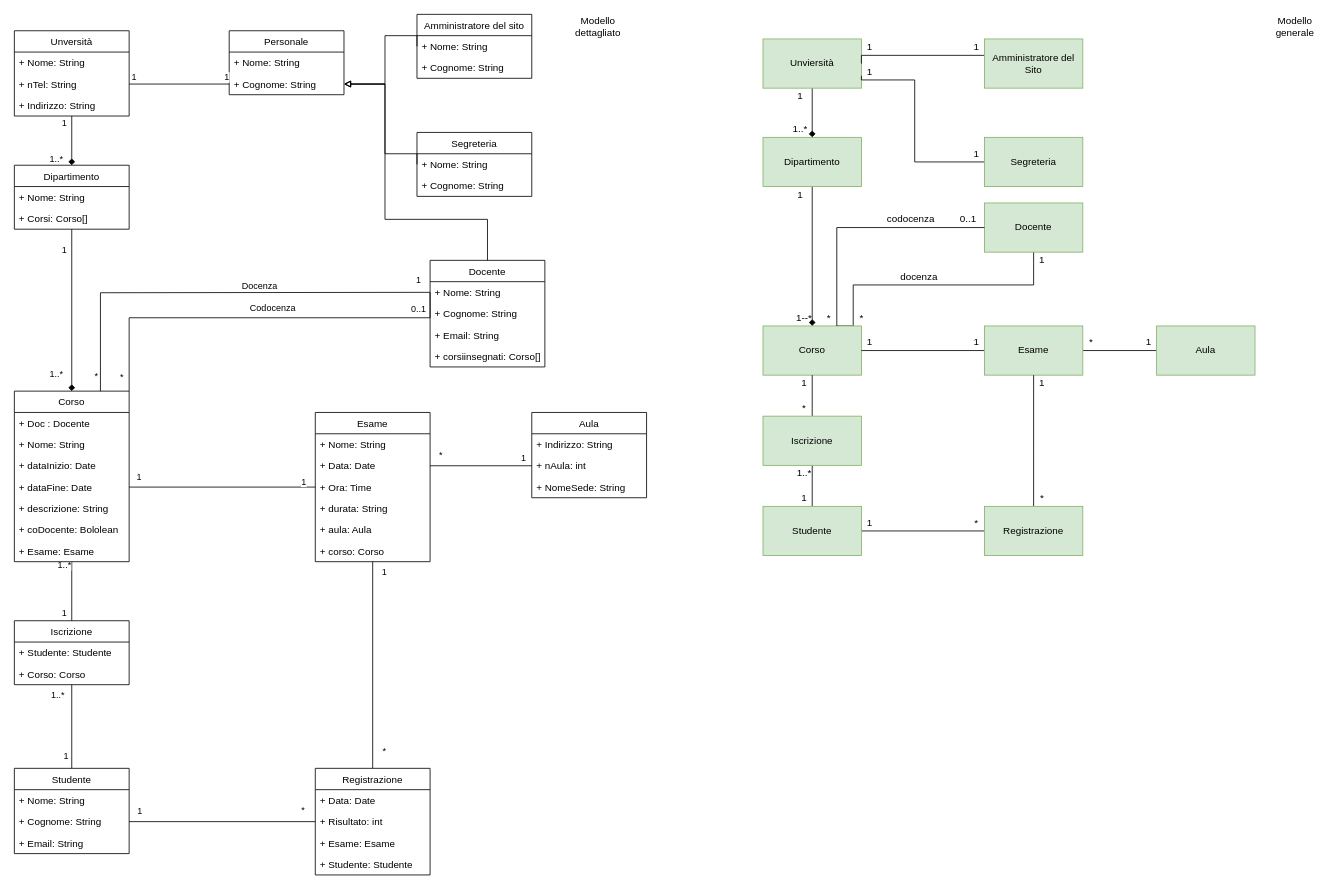
This is Modelli/Diagramma di Dominio.drawio from brullomattia/Documentazione, a draw.io file, before an edit. Source tidied: cells renumbered, new cells numbered last; positions are measured from the earlier drawing's top-left corner, leaving out a move shared by most shapes. Both pictures are drawn from the tidied source at 82%, with x=0, y=0 at pixel (14, 14).
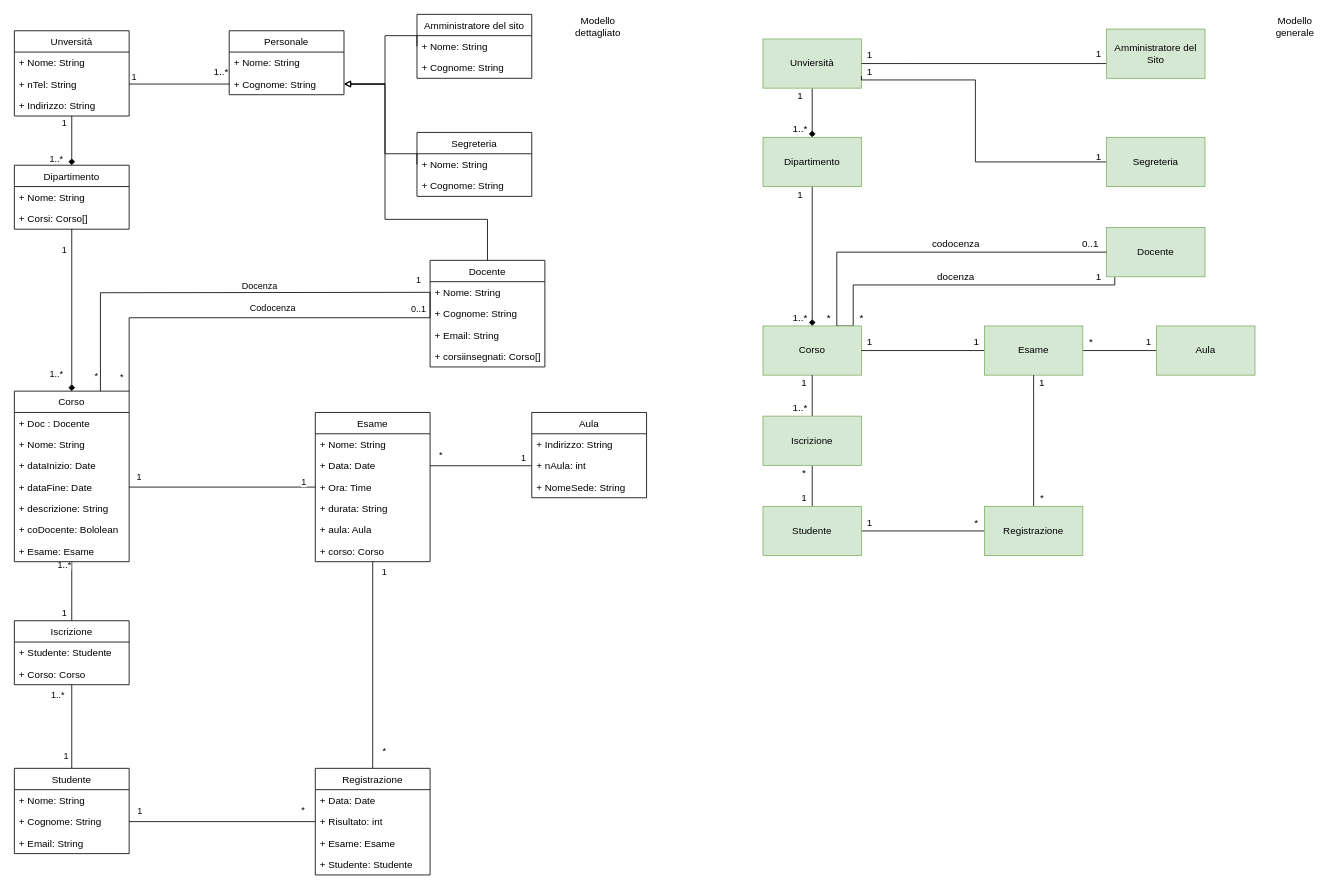
Above is the later version.

The change refers to these unchanged cells:
```xml
<mxCell id="3" value="Unviersità" style="whiteSpace=wrap;html=1;fillColor=#d5e8d4;strokeColor=#82b366;" parent="1" vertex="1">
  <mxGeometry x="913" y="30" width="120" height="60" as="geometry" />
</mxCell>
<mxCell id="14" value="Corso" style="rounded=0;whiteSpace=wrap;html=1;fillColor=#d5e8d4;strokeColor=#82b366;" parent="1" vertex="1">
  <mxGeometry x="913" y="380" width="120" height="60" as="geometry" />
</mxCell>
<mxCell id="138" style="edgeStyle=orthogonalEdgeStyle;rounded=0;jettySize=auto;html=1;entryX=0;entryY=0.5;entryDx=0;entryDy=0;endArrow=none;endFill=0;exitX=1;exitY=0.5;exitDx=0;exitDy=0;" parent="1" edge="1" source="57" target="137">
  <mxGeometry relative="1" as="geometry" />
</mxCell>
```

The edit, as a diff of the source:
```diff
@@
     <mxCell id="7" style="edgeStyle=orthogonalEdgeStyle;rounded=0;jettySize=auto;html=1;entryX=0.75;entryY=0;entryDx=0;entryDy=0;endArrow=none;endFill=0;" parent="1" edge="1" source="9" target="14">
       <mxGeometry relative="1" as="geometry">
         <Array as="points">
-          <mxPoint x="1243" y="330" />
+          <mxPoint x="1342" y="330" />
           <mxPoint x="1023" y="330" />
           <mxPoint x="1023" y="380" />
         </Array>
       </mxGeometry>
     </mxCell>
@@
     <mxCell id="9" value="Docente" style="rounded=0;whiteSpace=wrap;html=1;fillColor=#d5e8d4;strokeColor=#82b366;" parent="1" vertex="1">
-      <mxGeometry x="1183" y="230" width="120" height="60" as="geometry" />
+      <mxGeometry x="1332" y="260" width="120" height="60" as="geometry" />
     </mxCell>
     <mxCell id="10" style="edgeStyle=orthogonalEdgeStyle;rounded=0;jettySize=auto;html=1;entryX=1;entryY=0.75;entryDx=0;entryDy=0;endArrow=none;endFill=0;" parent="1" edge="1" source="11" target="3">
       <mxGeometry relative="1" as="geometry">
         <Array as="points">
-          <mxPoint x="1098" y="180" />
-          <mxPoint x="1098" y="80" />
+          <mxPoint x="1172" y="180" />
+          <mxPoint x="1172" y="80" />
           <mxPoint x="1033" y="80" />
         </Array>
       </mxGeometry>
     </mxCell>
     <mxCell id="11" value="Segreteria" style="rounded=0;whiteSpace=wrap;html=1;fillColor=#d5e8d4;strokeColor=#82b366;" parent="1" vertex="1">
-      <mxGeometry x="1183" y="150" width="120" height="60" as="geometry" />
+      <mxGeometry x="1332" y="150" width="120" height="60" as="geometry" />
     </mxCell>
     <mxCell id="12" style="edgeStyle=orthogonalEdgeStyle;rounded=0;jettySize=auto;html=1;entryX=1;entryY=0.5;entryDx=0;entryDy=0;endArrow=none;endFill=0;" parent="1" edge="1" source="13" target="3">
       <mxGeometry relative="1" as="geometry">
         <Array as="points">
-          <mxPoint x="1033" y="50" />
+          <mxPoint x="1092" y="60" />
+          <mxPoint x="1092" y="60" />
         </Array>
       </mxGeometry>
     </mxCell>
     <mxCell id="13" value="Amministratore del Sito" style="rounded=0;whiteSpace=wrap;html=1;fillColor=#d5e8d4;strokeColor=#82b366;" parent="1" vertex="1">
-      <mxGeometry x="1183" y="30" width="120" height="60" as="geometry" />
+      <mxGeometry x="1332" y="18" width="120" height="60" as="geometry" />
     </mxCell>
@@
     <mxCell id="25" value="docenza" style="text;html=1;align=center;verticalAlign=middle;strokeColor=none;fillColor=none;" parent="1" vertex="1">
-      <mxGeometry x="1073" y="310" width="60" height="20" as="geometry" />
+      <mxGeometry x="1118" y="310" width="60" height="20" as="geometry" />
     </mxCell>
     <mxCell id="26" value="codocenza" style="text;html=1;align=center;verticalAlign=middle;strokeColor=none;fillColor=none;" parent="1" vertex="1">
-      <mxGeometry x="1058" y="240" width="70" height="20" as="geometry" />
+      <mxGeometry x="1113" y="270" width="70" height="20" as="geometry" />
     </mxCell>
     <mxCell id="27" value="1" style="text;html=1;align=center;verticalAlign=middle;strokeColor=none;fillColor=none;" parent="1" vertex="1">
-      <mxGeometry x="1033" y="30" width="20" height="20" as="geometry" />
+      <mxGeometry x="1033" y="40" width="20" height="20" as="geometry" />
     </mxCell>
     <mxCell id="28" value="1" style="text;html=1;align=center;verticalAlign=middle;strokeColor=none;fillColor=none;" parent="1" vertex="1">
-      <mxGeometry x="1163" y="30" width="20" height="20" as="geometry" />
+      <mxGeometry x="1312" y="38" width="20" height="20" as="geometry" />
     </mxCell>
     <mxCell id="29" value="1" style="text;html=1;align=center;verticalAlign=middle;strokeColor=none;fillColor=none;" parent="1" vertex="1">
-      <mxGeometry x="1163" y="160" width="20" height="20" as="geometry" />
+      <mxGeometry x="1312" y="164" width="20" height="20" as="geometry" />
     </mxCell>
@@
-    <mxCell id="34" value="1--*" style="text;html=1;align=center;verticalAlign=middle;strokeColor=none;fillColor=none;" parent="1" vertex="1">
-      <mxGeometry x="948" y="360" width="30" height="20" as="geometry" />
+    <mxCell id="34" value="1..*" style="text;html=1;align=center;verticalAlign=middle;strokeColor=none;fillColor=none;" parent="1" vertex="1">
+      <mxGeometry x="943" y="360" width="30" height="20" as="geometry" />
     </mxCell>
@@
-    <mxCell id="36" value="*" style="text;html=1;align=center;verticalAlign=middle;strokeColor=none;fillColor=none;" parent="1" vertex="1">
-      <mxGeometry x="953" y="470" width="20" height="20" as="geometry" />
+    <mxCell id="36" value="1..*" style="text;html=1;align=center;verticalAlign=middle;strokeColor=none;fillColor=none;" parent="1" vertex="1">
+      <mxGeometry x="943" y="470" width="30" height="20" as="geometry" />
     </mxCell>
-    <mxCell id="37" value="1..*" style="text;html=1;align=center;verticalAlign=middle;strokeColor=none;fillColor=none;" parent="1" vertex="1">
-      <mxGeometry x="948" y="550" width="30" height="20" as="geometry" />
+    <mxCell id="37" value="*" style="text;html=1;align=center;verticalAlign=middle;strokeColor=none;fillColor=none;" parent="1" vertex="1">
+      <mxGeometry x="953" y="550" width="20" height="20" as="geometry" />
     </mxCell>
@@
     <mxCell id="47" value="1" style="text;html=1;align=center;verticalAlign=middle;strokeColor=none;fillColor=none;" parent="1" vertex="1">
-      <mxGeometry x="1243" y="290" width="20" height="20" as="geometry" />
+      <mxGeometry x="1312" y="310" width="20" height="20" as="geometry" />
     </mxCell>
     <mxCell id="48" value="0..1" style="text;html=1;align=center;verticalAlign=middle;strokeColor=none;fillColor=none;" parent="1" vertex="1">
-      <mxGeometry x="1143" y="240" width="40" height="20" as="geometry" />
+      <mxGeometry x="1292" y="270" width="40" height="20" as="geometry" />
     </mxCell>
@@
-    <mxCell id="140" value="1" style="edgeLabel;html=1;align=center;verticalAlign=middle;" parent="138" vertex="1">
-      <mxGeometry x="0.93" y="2" relative="1" as="geometry">
-        <mxPoint y="-7" as="offset" />
-      </mxGeometry>
-    </mxCell>
@@
+    <mxCell id="144" value="1..*" style="text;html=1;align=center;verticalAlign=middle;strokeColor=none;fillColor=none;" parent="1" vertex="1">
+      <mxGeometry x="237" y="60" width="30" height="20" as="geometry" />
+    </mxCell>
```
